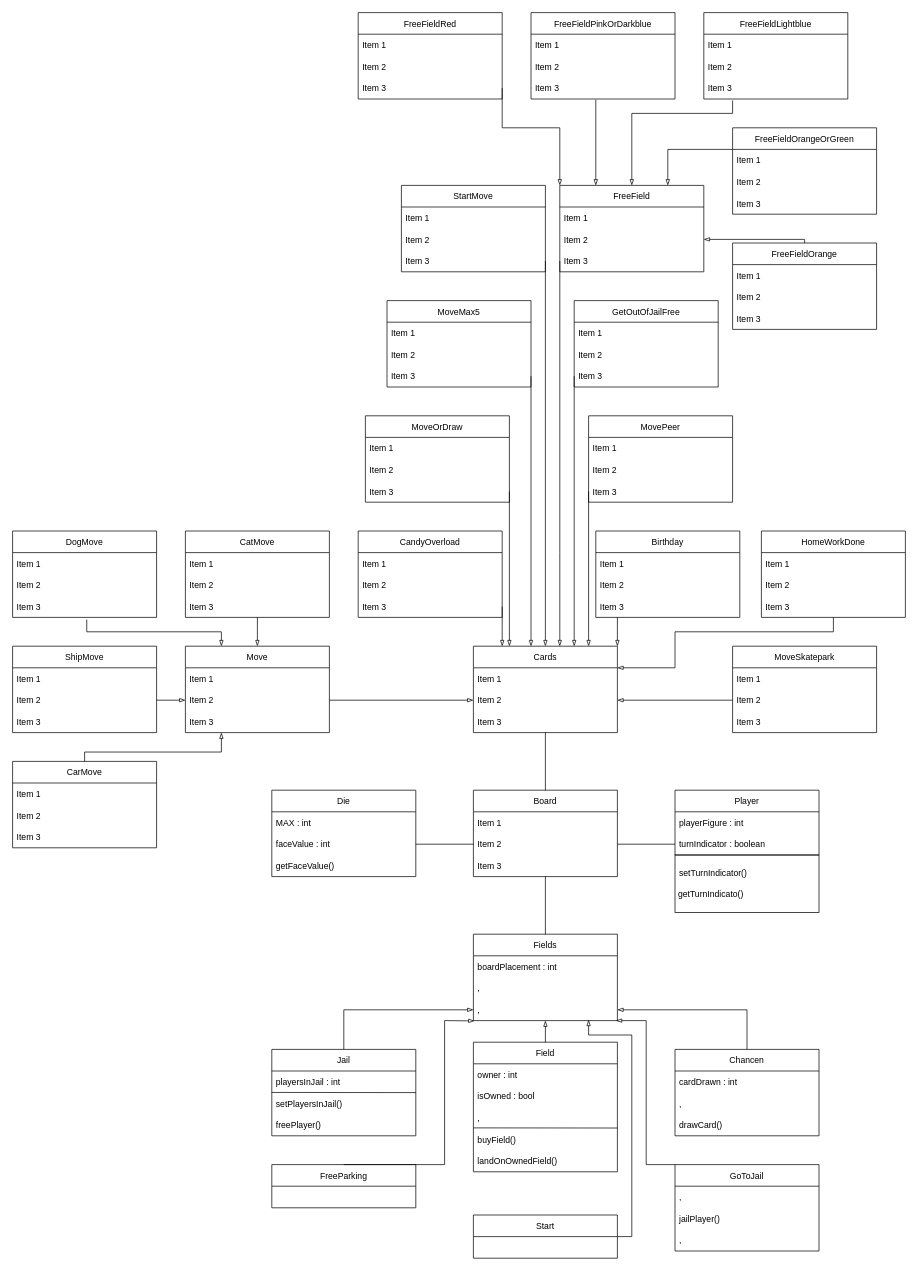
The draw.io diagram Klassediagram.drawio in Holmst33n/G25_Del3, before the edit. Source tidied: cells renumbered, new cells numbered last; positions are measured from the earlier drawing's top-left corner, leaving out a move shared by most shapes. Both pictures are drawn from the tidied source at 72%, with x=0, y=0 at pixel (12, 12).
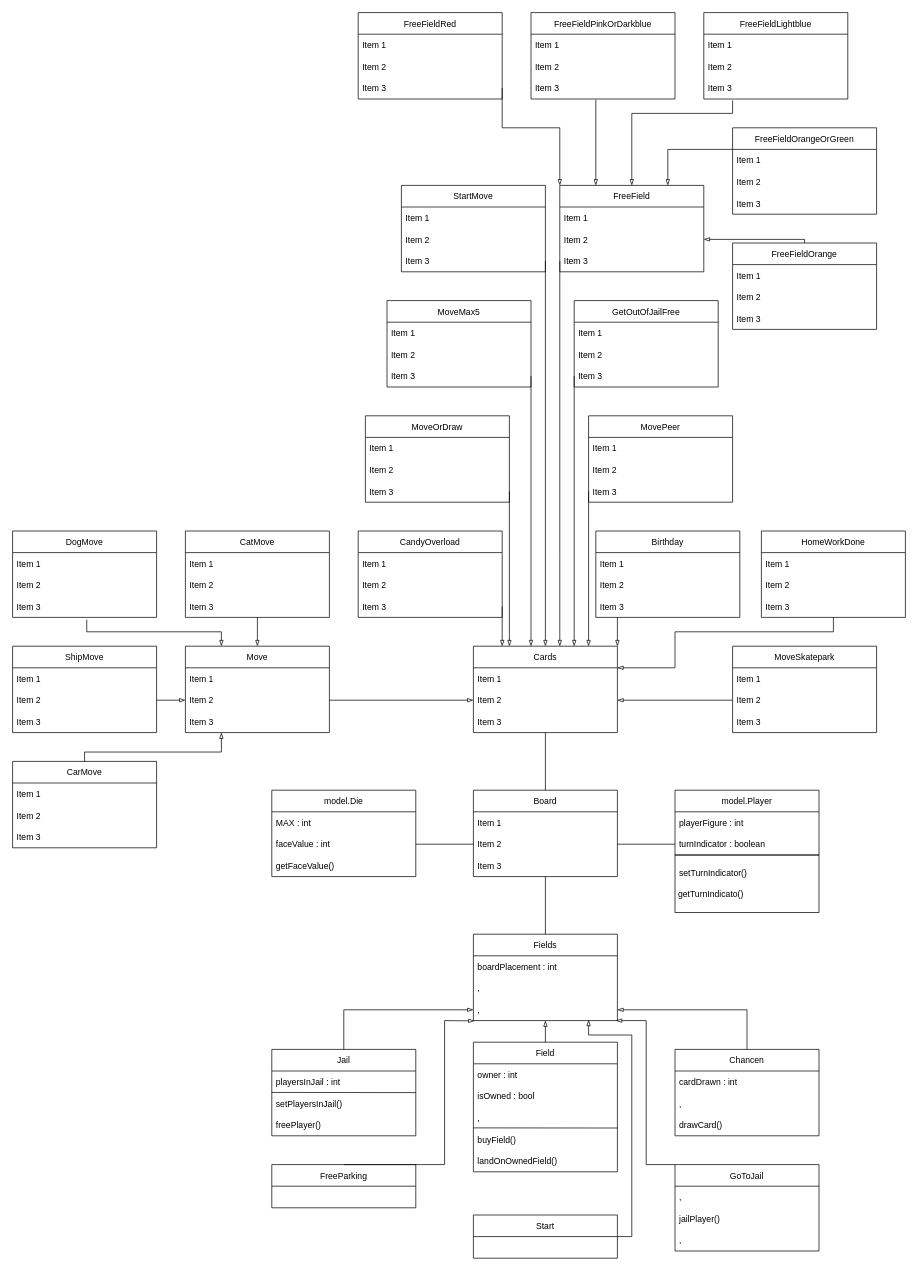
The same page after the edit.

Change to the diagram source:
```diff
@@
-    <mxCell id="6" value="Die" style="swimlane;fontStyle=0;horizontal=1;startSize=30;" parent="1" vertex="1">
+    <mxCell id="6" value="model.Die" style="swimlane;fontStyle=0;horizontal=1;startSize=30;" parent="1" vertex="1">
       <mxGeometry x="360" y="1080" width="200" height="120" as="geometry" />
     </mxCell>
@@
-    <mxCell id="10" value="Player" style="swimlane;fontStyle=0;horizontal=1;startSize=30;" parent="1" vertex="1">
+    <mxCell id="10" value="model.Player" style="swimlane;fontStyle=0;horizontal=1;startSize=30;" parent="1" vertex="1">
       <mxGeometry x="920" y="1080" width="200" height="90" as="geometry" />
     </mxCell>
```
